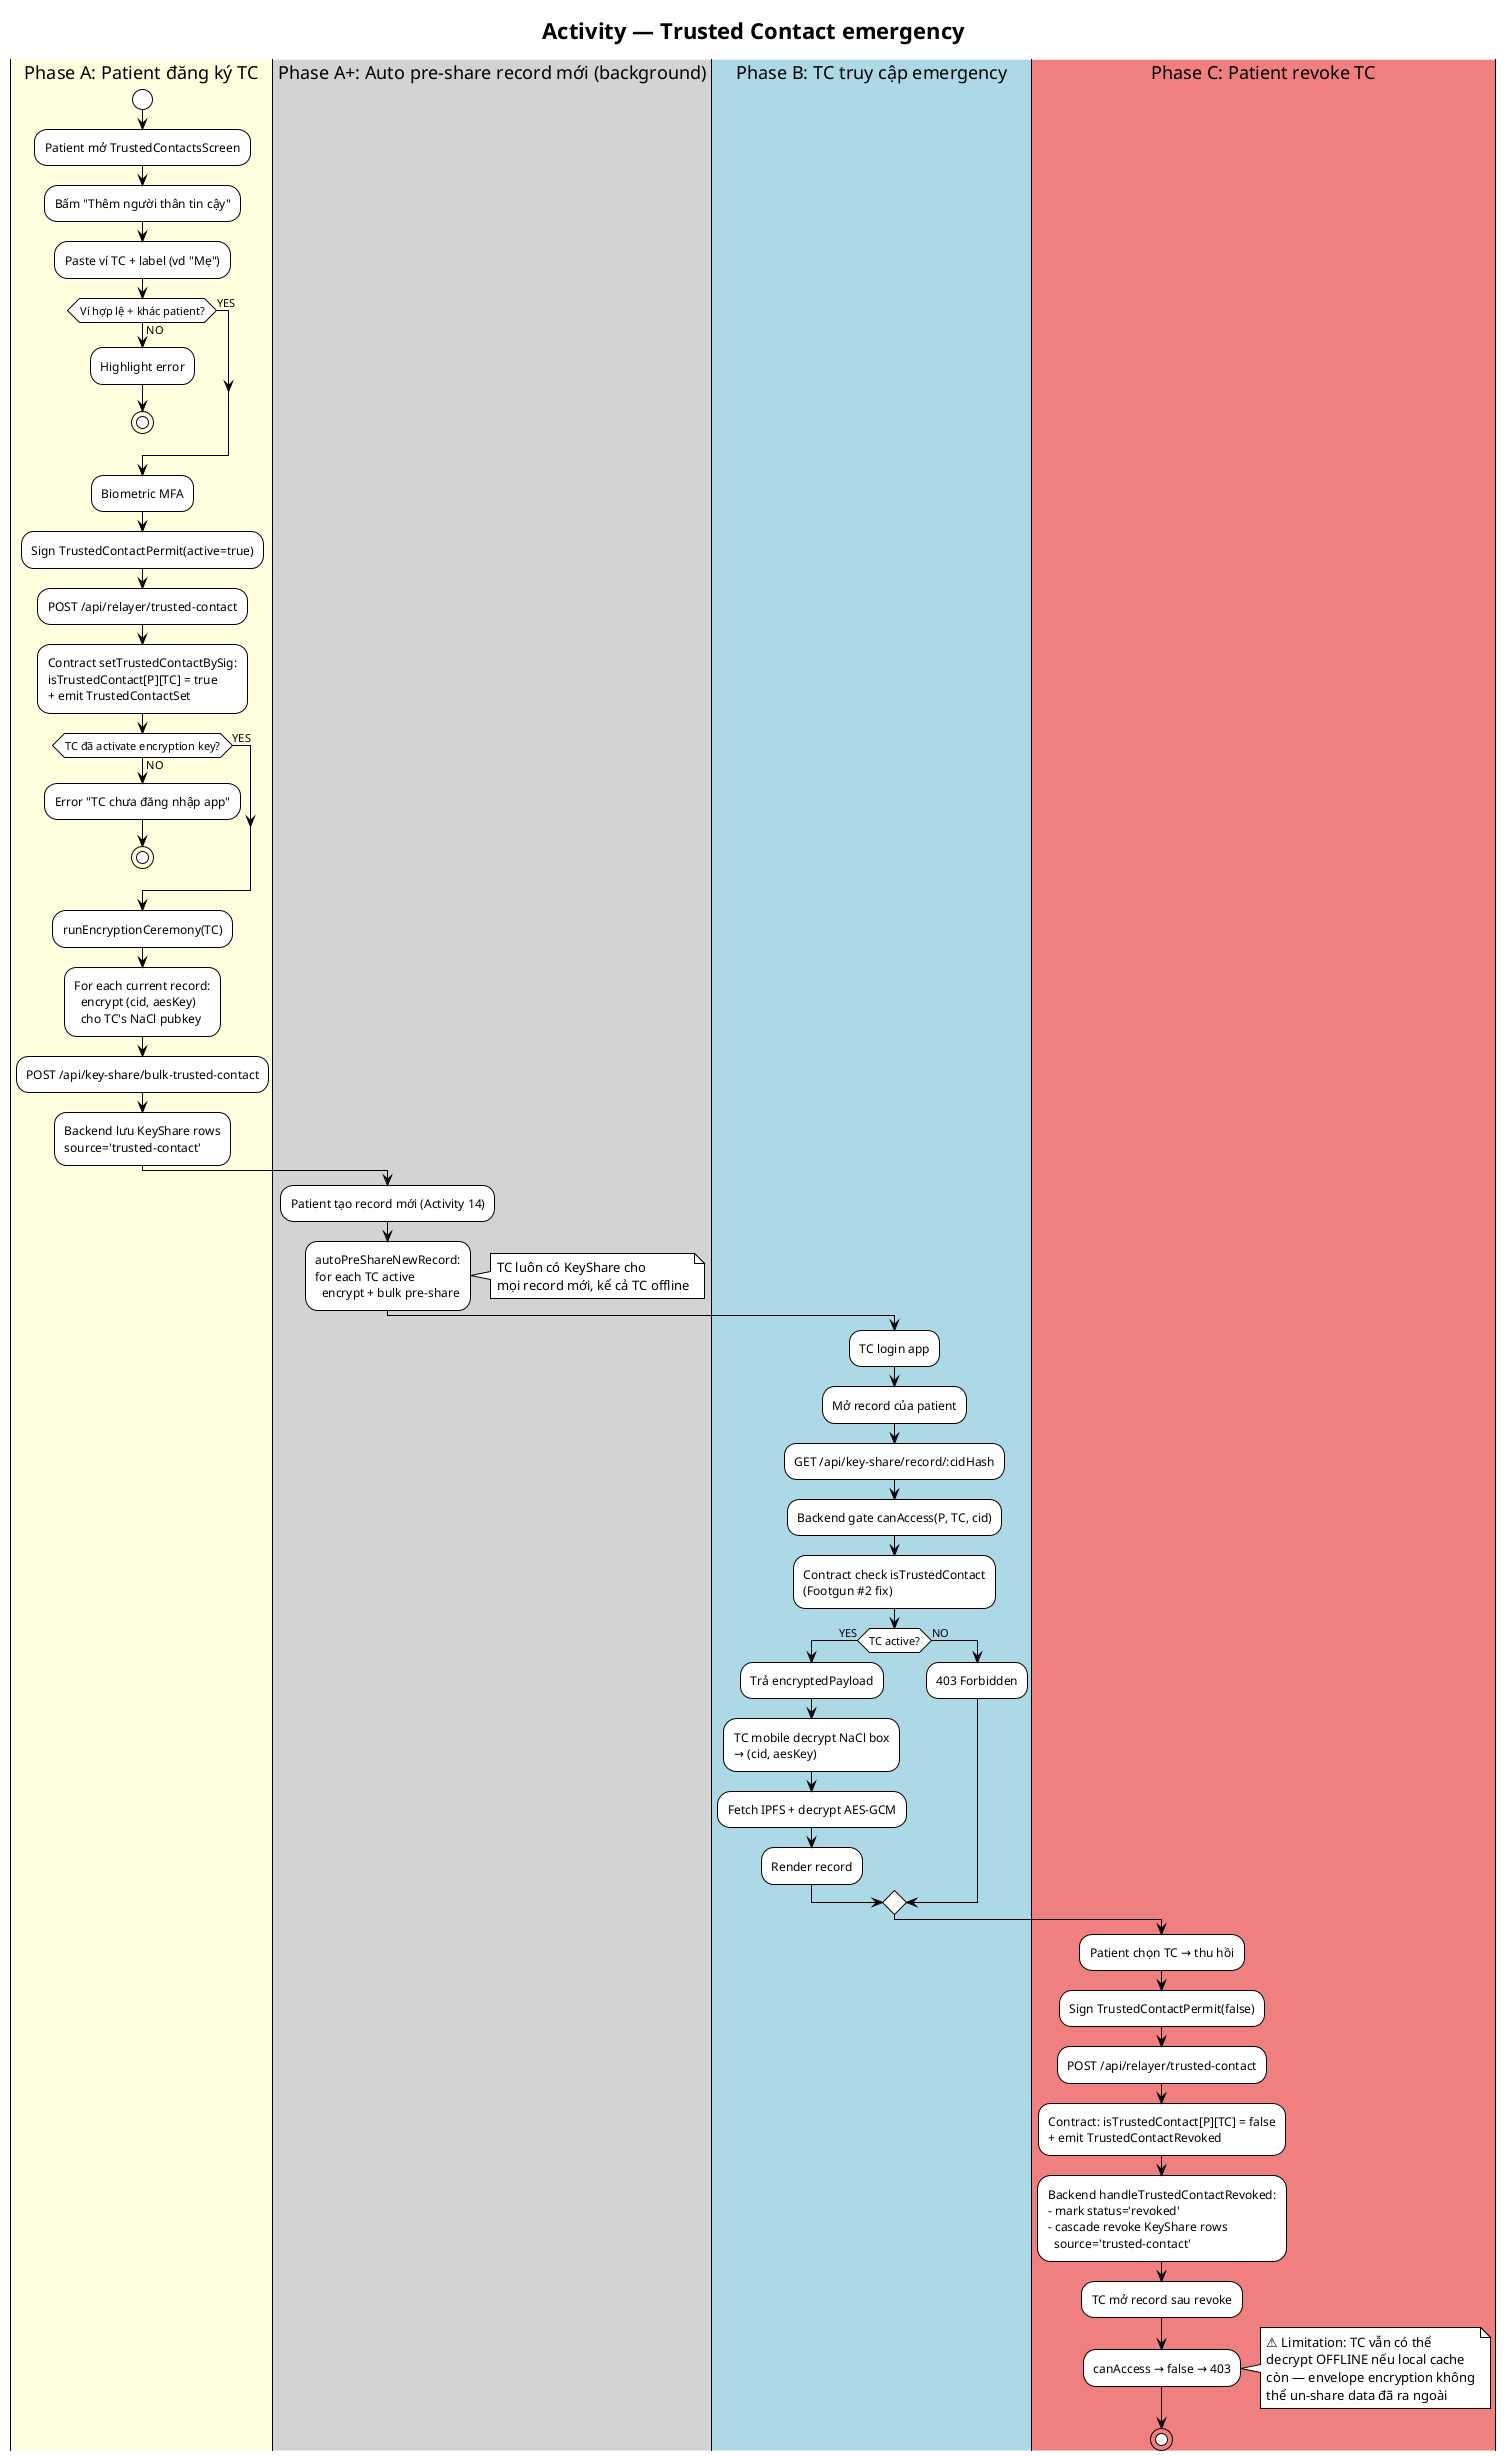
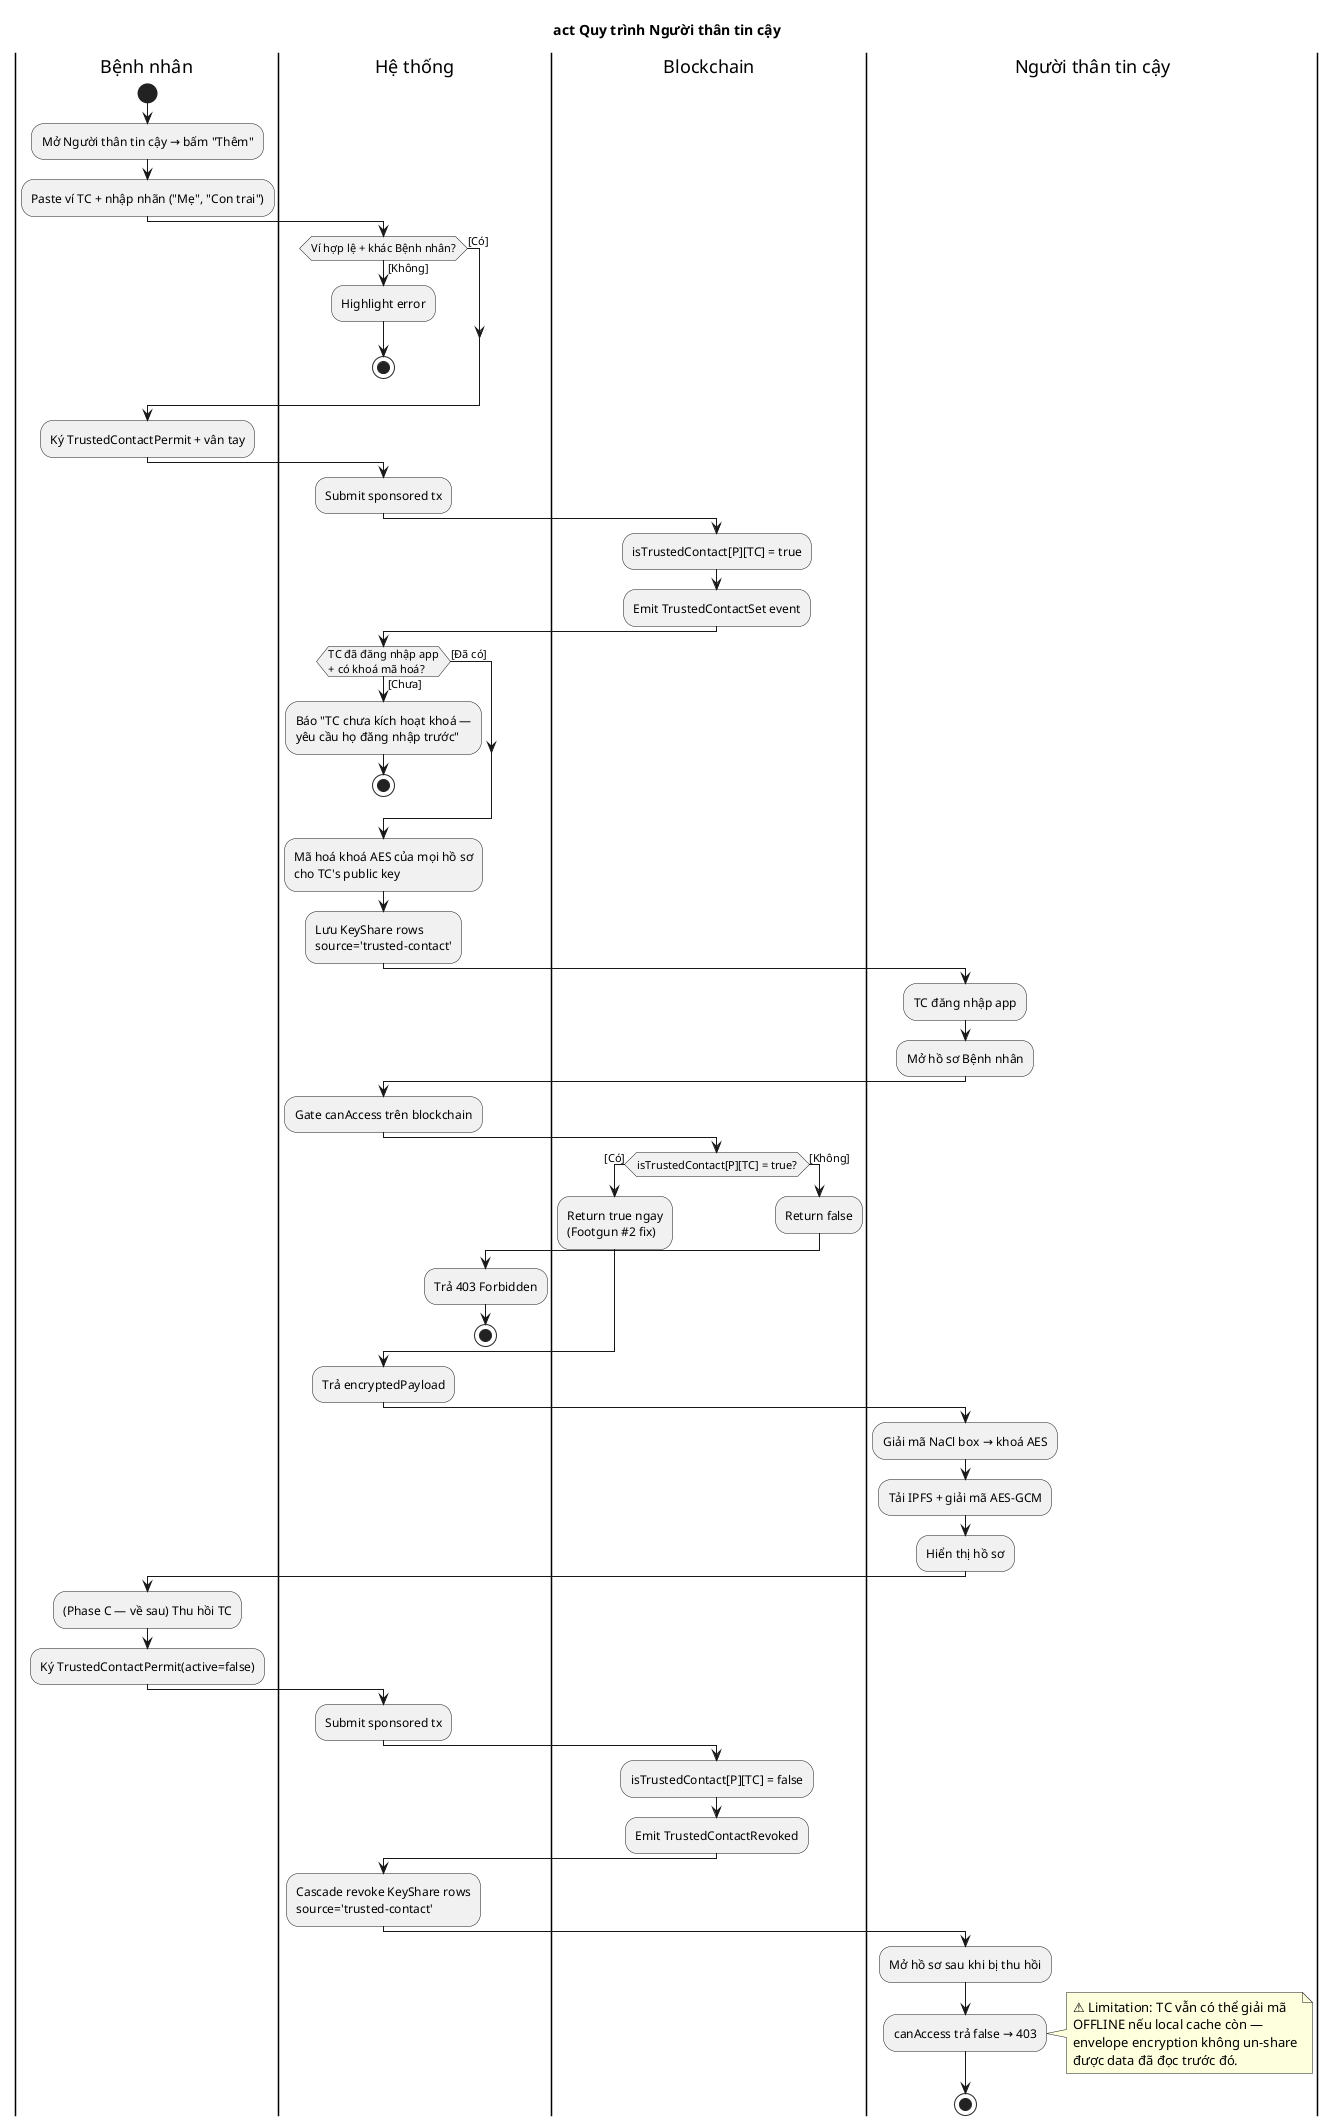
- @startuml activity-trusted-contact
- !theme plain
- title Activity — Trusted Contact emergency
+ @startuml act-nguoi-than-tin-cay
+ title act Quy trình Người thân tin cậy

- |#LightYellow|Phase A: Patient đăng ký TC|
+ |Bệnh nhân|
start
- :Patient mở TrustedContactsScreen;
- :Bấm "Thêm người thân tin cậy";
- :Paste ví TC + label (vd "Mẹ");
+ :Mở Người thân tin cậy → bấm "Thêm";
+ :Paste ví TC + nhập nhãn ("Mẹ", "Con trai");

- if (Ví hợp lệ + khác patient?) then (NO)
+ |Hệ thống|
+ if (Ví hợp lệ + khác Bệnh nhân?) then ([Không])
  :Highlight error;
  stop
- else (YES)
+ else ([Có])
endif

- :Biometric MFA;
- :Sign TrustedContactPermit(active=true);
- :POST /api/relayer/trusted-contact;
- :Contract setTrustedContactBySig:\nisTrustedContact[P][TC] = true\n+ emit TrustedContactSet;
+ |Bệnh nhân|
+ :Ký TrustedContactPermit + vân tay;

- if (TC đã activate encryption key?) then (NO)
-   :Error "TC chưa đăng nhập app";
+ |Hệ thống|
+ :Submit sponsored tx;
+ 
+ |Blockchain|
+ :isTrustedContact[P][TC] = true;
+ :Emit TrustedContactSet event;
+ 
+ |Hệ thống|
+ if (TC đã đăng nhập app\n+ có khoá mã hoá?) then ([Chưa])
+   :Báo "TC chưa kích hoạt khoá —\nyêu cầu họ đăng nhập trước";
  stop
- else (YES)
+ else ([Đã có])
endif

- :runEncryptionCeremony(TC);
- :For each current record:\n  encrypt (cid, aesKey)\n  cho TC's NaCl pubkey;
- :POST /api/key-share/bulk-trusted-contact;
- :Backend lưu KeyShare rows\nsource='trusted-contact';
+ :Mã hoá khoá AES của mọi hồ sơ\ncho TC's public key;
+ :Lưu KeyShare rows\nsource='trusted-contact';

- |#LightGray|Phase A+: Auto pre-share record mới (background)|
- :Patient tạo record mới (Activity 14);
- :autoPreShareNewRecord:\nfor each TC active\n  encrypt + bulk pre-share;
- note right
-   TC luôn có KeyShare cho
-   mọi record mới, kể cả TC offline
- end note
+ |Người thân tin cậy|
+ :TC đăng nhập app;
+ :Mở hồ sơ Bệnh nhân;

- |#LightBlue|Phase B: TC truy cập emergency|
- :TC login app;
- :Mở record của patient;
- :GET /api/key-share/record/:cidHash;
- :Backend gate canAccess(P, TC, cid);
- :Contract check isTrustedContact\n(Footgun #2 fix);
+ |Hệ thống|
+ :Gate canAccess trên blockchain;

- if (TC active?) then (YES)
-   :Trả encryptedPayload;
-   :TC mobile decrypt NaCl box\n→ (cid, aesKey);
-   :Fetch IPFS + decrypt AES-GCM;
-   :Render record;
- else (NO)
-   :403 Forbidden;
+ |Blockchain|
+ if (isTrustedContact[P][TC] = true?) then ([Có])
+   :Return true ngay\n(Footgun #2 fix);
+ else ([Không])
+   :Return false;
+   |Hệ thống|
+   :Trả 403 Forbidden;
+   stop
endif

- |#LightCoral|Phase C: Patient revoke TC|
- :Patient chọn TC → thu hồi;
- :Sign TrustedContactPermit(false);
- :POST /api/relayer/trusted-contact;
- :Contract: isTrustedContact[P][TC] = false\n+ emit TrustedContactRevoked;
- :Backend handleTrustedContactRevoked:\n- mark status='revoked'\n- cascade revoke KeyShare rows\n  source='trusted-contact';
+ |Hệ thống|
+ :Trả encryptedPayload;

- :TC mở record sau revoke;
- :canAccess → false → 403;
+ |Người thân tin cậy|
+ :Giải mã NaCl box → khoá AES;
+ :Tải IPFS + giải mã AES-GCM;
+ :Hiển thị hồ sơ;

+ |Bệnh nhân|
+ :(Phase C — về sau) Thu hồi TC;
+ :Ký TrustedContactPermit(active=false);
+ 
+ |Hệ thống|
+ :Submit sponsored tx;
+ 
+ |Blockchain|
+ :isTrustedContact[P][TC] = false;
+ :Emit TrustedContactRevoked;
+ 
+ |Hệ thống|
+ :Cascade revoke KeyShare rows\nsource='trusted-contact';
+ 
+ |Người thân tin cậy|
+ :Mở hồ sơ sau khi bị thu hồi;
+ :canAccess trả false → 403;
note right
-   ⚠ Limitation: TC vẫn có thể
-   decrypt OFFLINE nếu local cache
-   còn — envelope encryption không
-   thể un-share data đã ra ngoài
+   ⚠ Limitation: TC vẫn có thể giải mã
+   OFFLINE nếu local cache còn —
+   envelope encryption không un-share
+   được data đã đọc trước đó.
end note
- 
stop

@enduml
